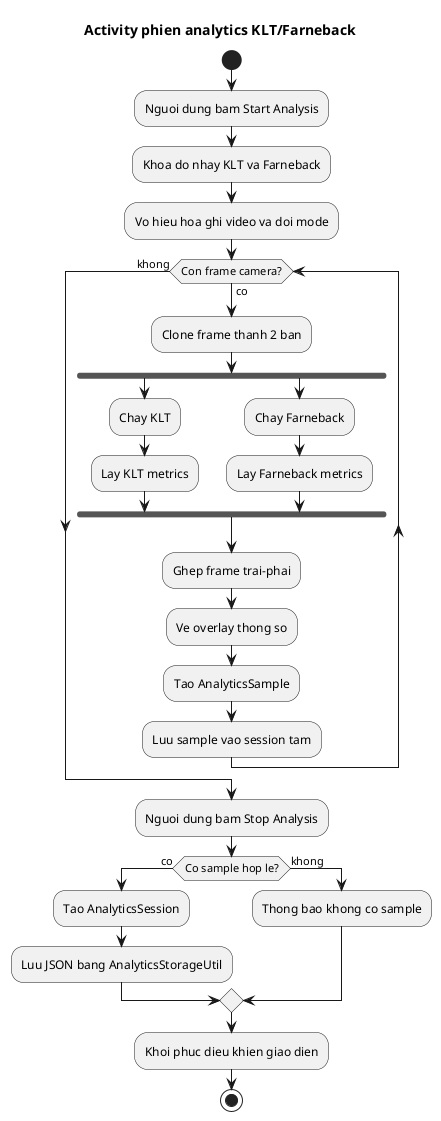
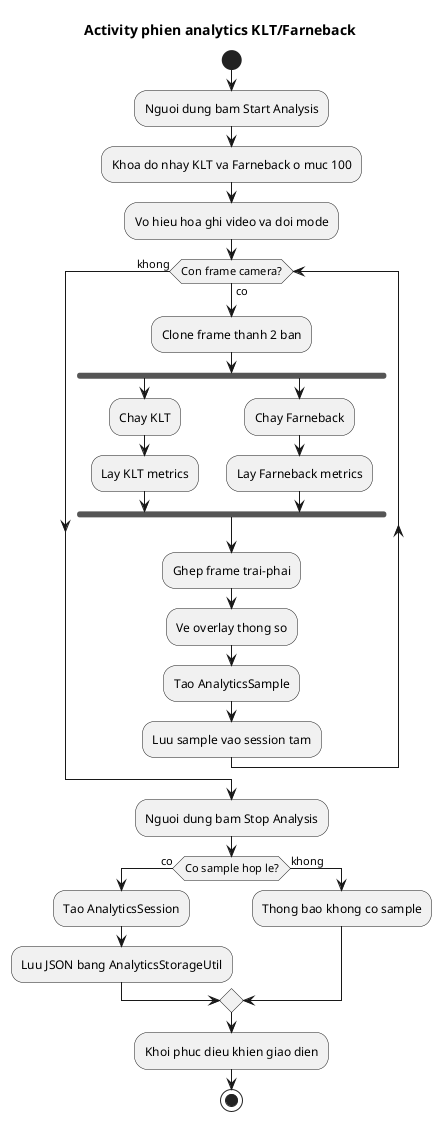
@startuml
title Activity phien analytics KLT/Farneback

start
:Nguoi dung bam Start Analysis;
- :Khoa do nhay KLT va Farneback;
+ :Khoa do nhay KLT va Farneback o muc 100;
:Vo hieu hoa ghi video va doi mode;
while (Con frame camera?) is (co)
  :Clone frame thanh 2 ban;
  fork
    :Chay KLT;
    :Lay KLT metrics;
  fork again
    :Chay Farneback;
    :Lay Farneback metrics;
  end fork
  :Ghep frame trai-phai;
  :Ve overlay thong so;
  :Tao AnalyticsSample;
  :Luu sample vao session tam;
endwhile (khong)
:Nguoi dung bam Stop Analysis;
if (Co sample hop le?) then (co)
  :Tao AnalyticsSession;
  :Luu JSON bang AnalyticsStorageUtil;
else (khong)
  :Thong bao khong co sample;
endif
:Khoi phuc dieu khien giao dien;
stop

@enduml
